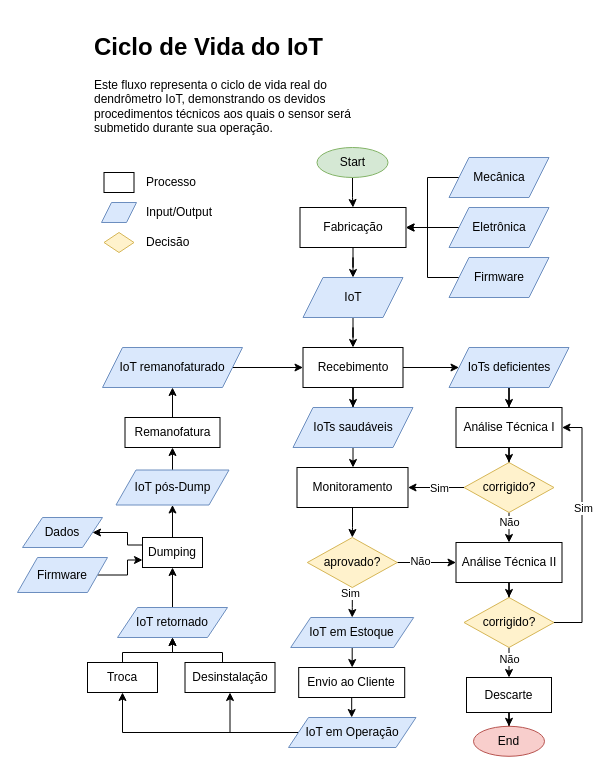
This is page "IOT LC" (1 of 2) of drawio/life-cycle.drawio from jotasaraiva/iot-life-cycle, a draw.io file, before an edit. Source tidied: cells renumbered, new cells numbered last; positions are measured from the earlier drawing's top-left corner, leaving out a move shared by most shapes. Both pictures are drawn from the tidied source at 100%, with x=0, y=0 at pixel (17, 27).
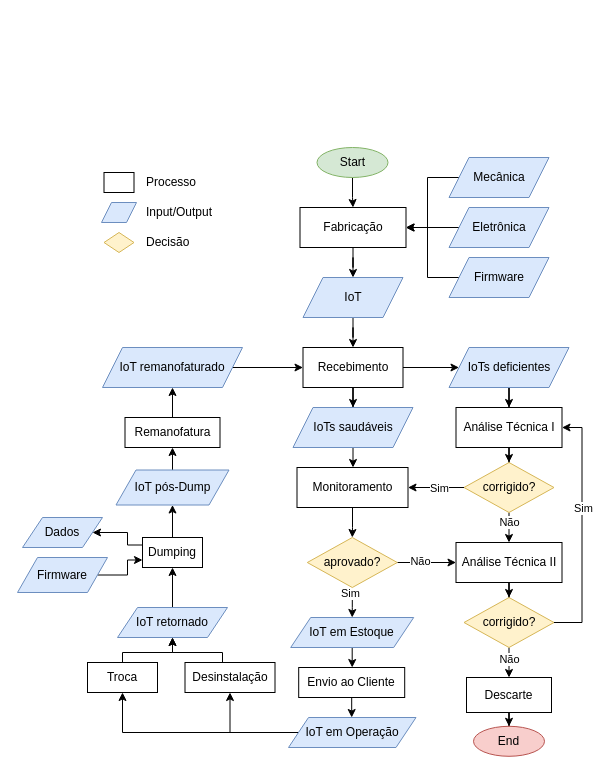
The same diagram, later.

The edit, as a diff of the source:
```diff
@@
-    <mxCell id="76" value="&lt;h1&gt;Ciclo de Vida do IoT&lt;/h1&gt;&lt;p&gt;Este fluxo representa o ciclo de vida real do dendrômetro IoT, demonstrando os devidos procedimentos técnicos aos quais o sensor será submetido durante sua operação.&lt;/p&gt;" style="text;html=1;strokeColor=none;fillColor=none;spacing=5;spacingTop=-20;whiteSpace=wrap;overflow=hidden;rounded=0;" parent="1" vertex="1">
-      <mxGeometry x="71.5" width="290" height="120" as="geometry" />
-    </mxCell>
```
